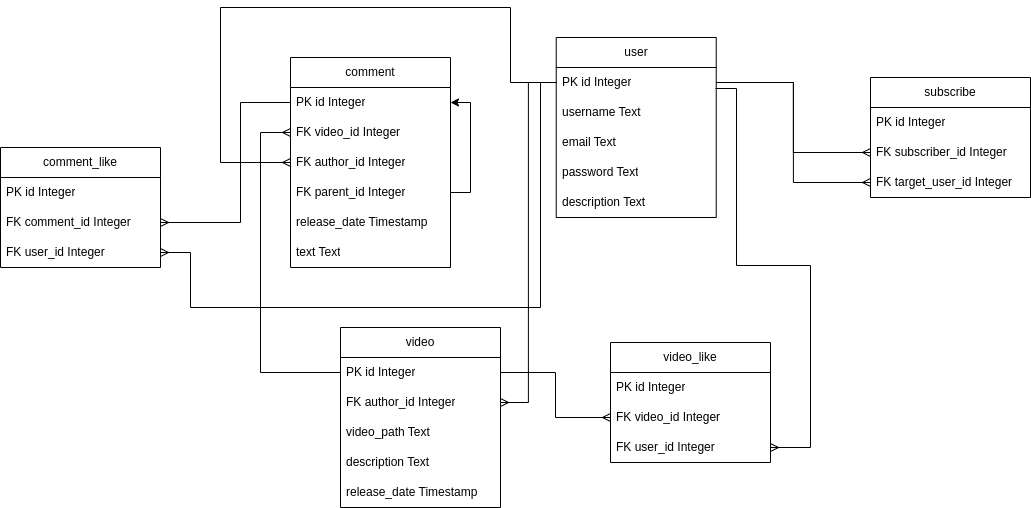
The draw.io diagram static/highload-logic-db.drawio.png in SanExpett/highload-tiktok, before a commit. Source tidied: cells renumbered, new cells last; positions are measured from the earlier drawing's top-left corner, leaving out a move shared by most shapes.
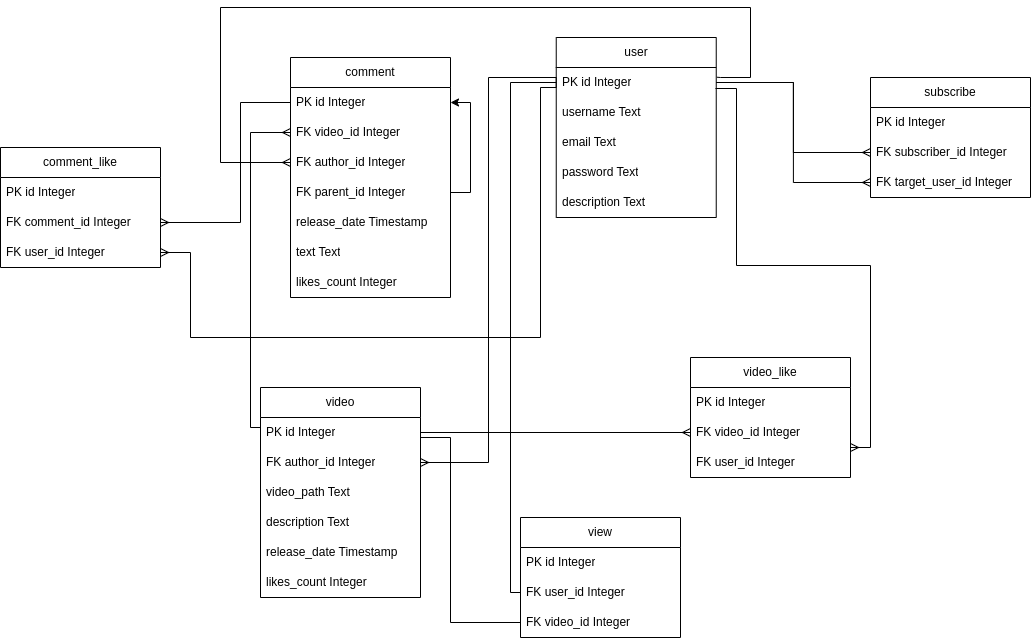
After the commit.

Commit message:
фикс логической схемы бд

What changed in the source:
```diff
@@ -21,7 +21,7 @@
       <mxGeometry y="150" width="160" height="30" as="geometry" />
     </mxCell>
     <mxCell id="8" value="video" style="swimlane;fontStyle=0;horizontal=1;startSize=30;whiteSpace=wrap;html=1;" parent="1" vertex="1">
-      <mxGeometry x="340" y="320" width="160" height="180" as="geometry" />
+      <mxGeometry x="260" y="380" width="160" height="210" as="geometry" />
     </mxCell>
     <mxCell id="9" value="PK id Integer" style="text;strokeColor=none;fillColor=none;align=left;verticalAlign=middle;spacingLeft=4;spacingRight=4;overflow=hidden;points=[[0,0.5],[1,0.5]];portConstraint=eastwest;whiteSpace=wrap;html=1;" parent="8" vertex="1">
       <mxGeometry y="30" width="160" height="30" as="geometry" />
@@ -38,8 +38,11 @@
     <mxCell id="13" value="release_date Timestamp" style="text;strokeColor=none;fillColor=none;align=left;verticalAlign=middle;spacingLeft=4;spacingRight=4;overflow=hidden;whiteSpace=wrap;html=1;" parent="8" vertex="1">
       <mxGeometry y="150" width="160" height="30" as="geometry" />
     </mxCell>
+    <mxCell id="43" value="likes_count Integer" style="text;strokeColor=none;fillColor=none;align=left;verticalAlign=middle;spacingLeft=4;spacingRight=4;overflow=hidden;whiteSpace=wrap;html=1;" parent="8" vertex="1">
+      <mxGeometry y="180" width="160" height="30" as="geometry" />
+    </mxCell>
     <mxCell id="14" value="video_like" style="swimlane;fontStyle=0;horizontal=1;startSize=30;whiteSpace=wrap;html=1;" parent="1" vertex="1">
-      <mxGeometry x="610" y="335" width="160" height="120" as="geometry" />
+      <mxGeometry x="690" y="350" width="160" height="120" as="geometry" />
     </mxCell>
     <mxCell id="15" value="PK id Integer" style="text;strokeColor=none;fillColor=none;align=left;verticalAlign=middle;spacingLeft=4;spacingRight=4;overflow=hidden;whiteSpace=wrap;html=1;" parent="14" vertex="1">
       <mxGeometry y="30" width="160" height="30" as="geometry" />
@@ -51,7 +54,7 @@
       <mxGeometry y="90" width="160" height="30" as="geometry" />
     </mxCell>
     <mxCell id="18" value="comment" style="swimlane;fontStyle=0;horizontal=1;startSize=30;whiteSpace=wrap;html=1;" parent="1" vertex="1">
-      <mxGeometry x="290" y="50" width="160" height="210" as="geometry" />
+      <mxGeometry x="290" y="50" width="160" height="240" as="geometry" />
     </mxCell>
     <mxCell id="19" value="PK id Integer" style="text;strokeColor=none;fillColor=none;align=left;verticalAlign=middle;spacingLeft=4;spacingRight=4;overflow=hidden;points=[[0,0.5],[1,0.5]];portConstraint=eastwest;whiteSpace=wrap;html=1;" parent="18" vertex="1">
       <mxGeometry y="30" width="160" height="30" as="geometry" />
@@ -79,6 +82,9 @@
     <mxCell id="25" value="text Text" style="text;strokeColor=none;fillColor=none;align=left;verticalAlign=middle;spacingLeft=4;spacingRight=4;overflow=hidden;whiteSpace=wrap;html=1;" parent="18" vertex="1">
       <mxGeometry y="180" width="160" height="30" as="geometry" />
     </mxCell>
+    <mxCell id="44" value="likes_count Integer" style="text;strokeColor=none;fillColor=none;align=left;verticalAlign=middle;spacingLeft=4;spacingRight=4;overflow=hidden;whiteSpace=wrap;html=1;" parent="18" vertex="1">
+      <mxGeometry y="210" width="160" height="30" as="geometry" />
+    </mxCell>
     <mxCell id="26" value="comment_like" style="swimlane;fontStyle=0;horizontal=1;startSize=30;whiteSpace=wrap;html=1;" parent="1" vertex="1">
       <mxGeometry y="140" width="160" height="120" as="geometry" />
     </mxCell>
@@ -103,24 +109,32 @@
     <mxCell id="33" value="FK target_user_id Integer" style="text;strokeColor=none;fillColor=none;align=left;verticalAlign=middle;spacingLeft=4;spacingRight=4;overflow=hidden;points=[[0,0.5],[1,0.5]];portConstraint=eastwest;whiteSpace=wrap;html=1;" parent="30" vertex="1">
       <mxGeometry y="90" width="160" height="30" as="geometry" />
     </mxCell>
-    <mxCell id="34" style="edgeStyle=orthogonalEdgeStyle;rounded=0;jettySize=auto;html=1;entryX=0;entryY=0.5;entryDx=0;entryDy=0;endArrow=none;endFill=0;startArrow=ERmany;startFill=0;" parent="1" edge="1" source="21" target="3">
+    <mxCell id="34" style="edgeStyle=orthogonalEdgeStyle;rounded=0;jettySize=auto;html=1;endArrow=none;endFill=0;startArrow=ERmany;startFill=0;entryX=1.004;entryY=0.324;entryDx=0;entryDy=0;entryPerimeter=0;" parent="1" edge="1" source="21" target="3">
       <mxGeometry relative="1" as="geometry">
         <Array as="points">
           <mxPoint x="220" y="155" />
           <mxPoint x="220" />
-          <mxPoint x="510" />
-          <mxPoint x="510" y="75" />
+          <mxPoint x="750" />
+          <mxPoint x="750" y="70" />
+          <mxPoint x="720" y="70" />
         </Array>
       </mxGeometry>
     </mxCell>
     <mxCell id="35" style="edgeStyle=orthogonalEdgeStyle;rounded=0;jettySize=auto;html=1;entryX=0;entryY=0.5;entryDx=0;entryDy=0;endArrow=none;endFill=0;startArrow=ERmany;startFill=0;" parent="1" edge="1" source="10" target="3">
-      <mxGeometry relative="1" as="geometry" />
+      <mxGeometry relative="1" as="geometry">
+        <Array as="points">
+          <mxPoint x="488" y="455" />
+          <mxPoint x="488" y="70" />
+          <mxPoint x="556" y="70" />
+        </Array>
+      </mxGeometry>
     </mxCell>
     <mxCell id="36" style="edgeStyle=orthogonalEdgeStyle;rounded=0;jettySize=auto;html=1;entryX=0;entryY=0.5;entryDx=0;entryDy=0;endArrow=none;endFill=0;startArrow=ERmany;startFill=0;" parent="1" edge="1" source="20" target="9">
       <mxGeometry relative="1" as="geometry">
         <Array as="points">
-          <mxPoint x="260" y="125" />
-          <mxPoint x="260" y="365" />
+          <mxPoint x="250" y="125" />
+          <mxPoint x="250" y="420" />
+          <mxPoint x="260" y="420" />
         </Array>
       </mxGeometry>
     </mxCell>
@@ -136,8 +150,8 @@
     <mxCell id="40" style="edgeStyle=orthogonalEdgeStyle;rounded=0;jettySize=auto;html=1;entryX=0.995;entryY=0.7;entryDx=0;entryDy=0;entryPerimeter=0;endArrow=none;endFill=0;startArrow=ERmany;startFill=0;" parent="1" edge="1" source="17" target="3">
       <mxGeometry relative="1" as="geometry">
         <Array as="points">
-          <mxPoint x="810" y="440" />
-          <mxPoint x="810" y="258" />
+          <mxPoint x="870" y="440" />
+          <mxPoint x="870" y="258" />
           <mxPoint x="736" y="258" />
           <mxPoint x="736" y="81" />
         </Array>
@@ -155,11 +169,41 @@
       <mxGeometry relative="1" as="geometry">
         <Array as="points">
           <mxPoint x="190" y="245" />
-          <mxPoint x="190" y="300" />
-          <mxPoint x="540" y="300" />
-          <mxPoint x="540" y="75" />
+          <mxPoint x="190" y="330" />
+          <mxPoint x="540" y="330" />
+          <mxPoint x="540" y="80" />
+          <mxPoint x="556" y="80" />
         </Array>
       </mxGeometry>
     </mxCell>
+    <mxCell id="45" value="view" style="swimlane;fontStyle=0;horizontal=1;startSize=30;whiteSpace=wrap;html=1;" parent="1" vertex="1">
+      <mxGeometry x="520" y="510" width="160" height="120" as="geometry" />
+    </mxCell>
+    <mxCell id="46" value="PK id Integer" style="text;strokeColor=none;fillColor=none;align=left;verticalAlign=middle;spacingLeft=4;spacingRight=4;overflow=hidden;whiteSpace=wrap;html=1;" parent="45" vertex="1">
+      <mxGeometry y="30" width="160" height="30" as="geometry" />
+    </mxCell>
+    <mxCell id="47" value="FK user_id Integer" style="text;strokeColor=none;fillColor=none;align=left;verticalAlign=middle;spacingLeft=4;spacingRight=4;overflow=hidden;points=[[0,0.5],[1,0.5]];portConstraint=eastwest;whiteSpace=wrap;html=1;" parent="45" vertex="1">
+      <mxGeometry y="60" width="160" height="30" as="geometry" />
+    </mxCell>
+    <mxCell id="48" value="FK video_id Integer" style="text;strokeColor=none;fillColor=none;align=left;verticalAlign=middle;spacingLeft=4;spacingRight=4;overflow=hidden;points=[[0,0.5],[1,0.5]];portConstraint=eastwest;whiteSpace=wrap;html=1;" parent="45" vertex="1">
+      <mxGeometry y="90" width="160" height="30" as="geometry" />
+    </mxCell>
+    <mxCell id="49" style="edgeStyle=orthogonalEdgeStyle;rounded=0;jettySize=auto;html=1;entryX=1;entryY=0.5;entryDx=0;entryDy=0;endArrow=none;endFill=0;" parent="1" edge="1" source="48" target="9">
+      <mxGeometry relative="1" as="geometry">
+        <Array as="points">
+          <mxPoint x="450" y="615" />
+          <mxPoint x="450" y="430" />
+          <mxPoint x="420" y="430" />
+        </Array>
+      </mxGeometry>
+    </mxCell>
+    <mxCell id="50" style="edgeStyle=orthogonalEdgeStyle;rounded=0;jettySize=auto;html=1;endArrow=none;endFill=0;entryX=0;entryY=0.5;entryDx=0;entryDy=0;" parent="1" edge="1" source="47" target="3">
+      <mxGeometry relative="1" as="geometry">
+        <Array as="points">
+          <mxPoint x="510" y="585" />
+          <mxPoint x="510" y="75" />
+        </Array>
+      </mxGeometry>
+    </mxCell>
   </root>
 </mxGraphModel>
```
